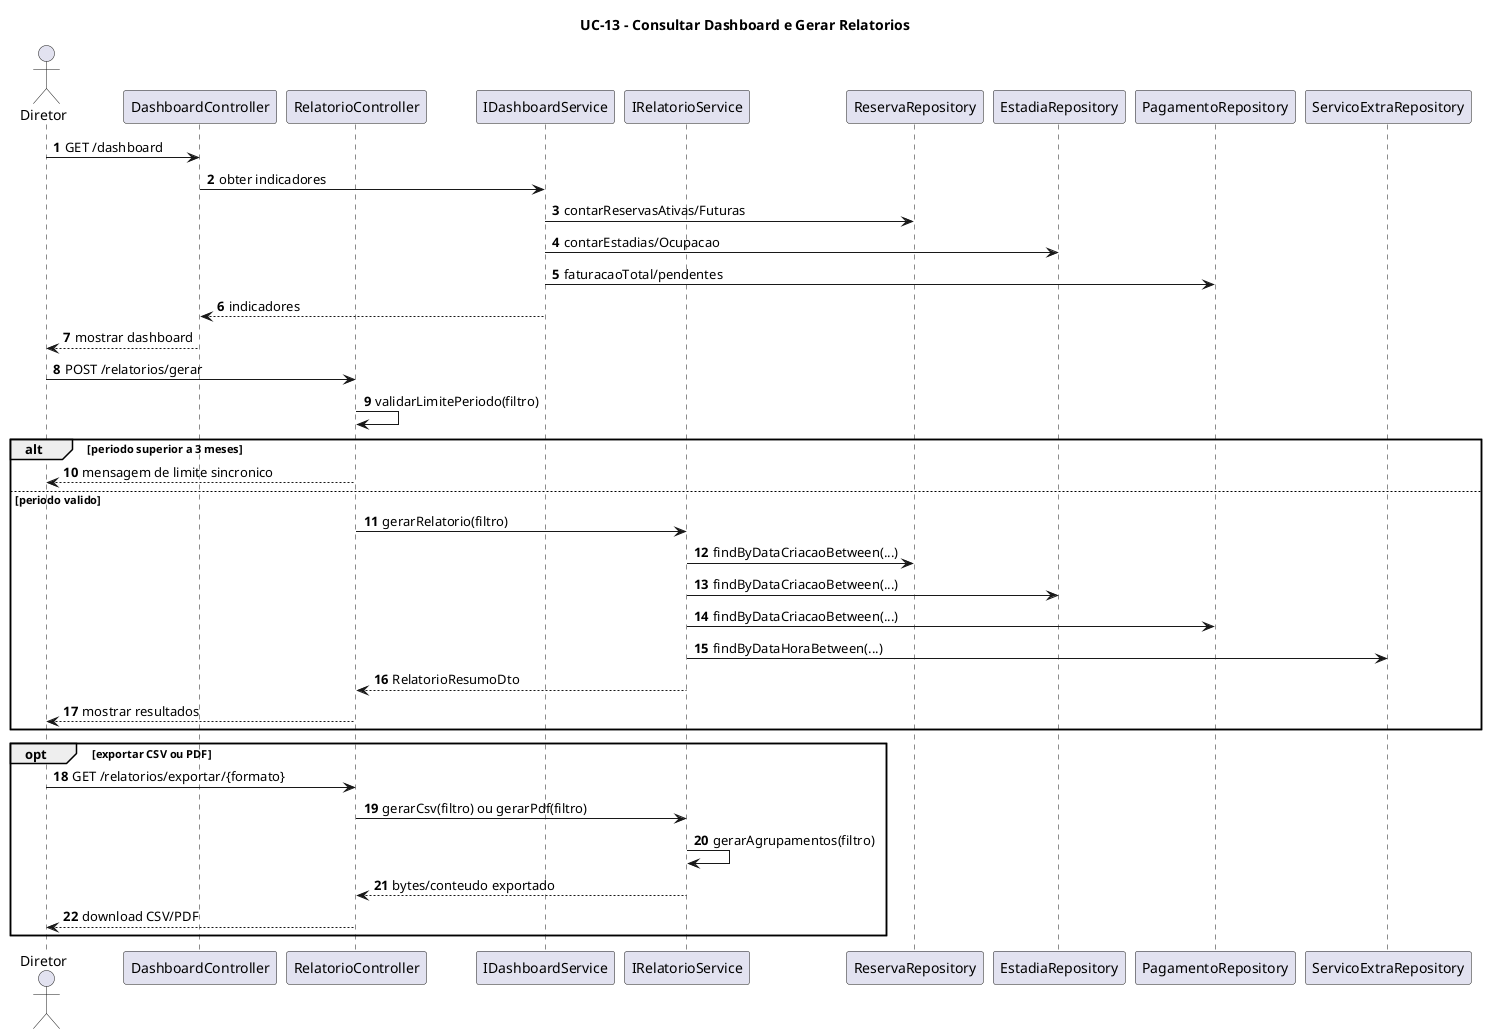
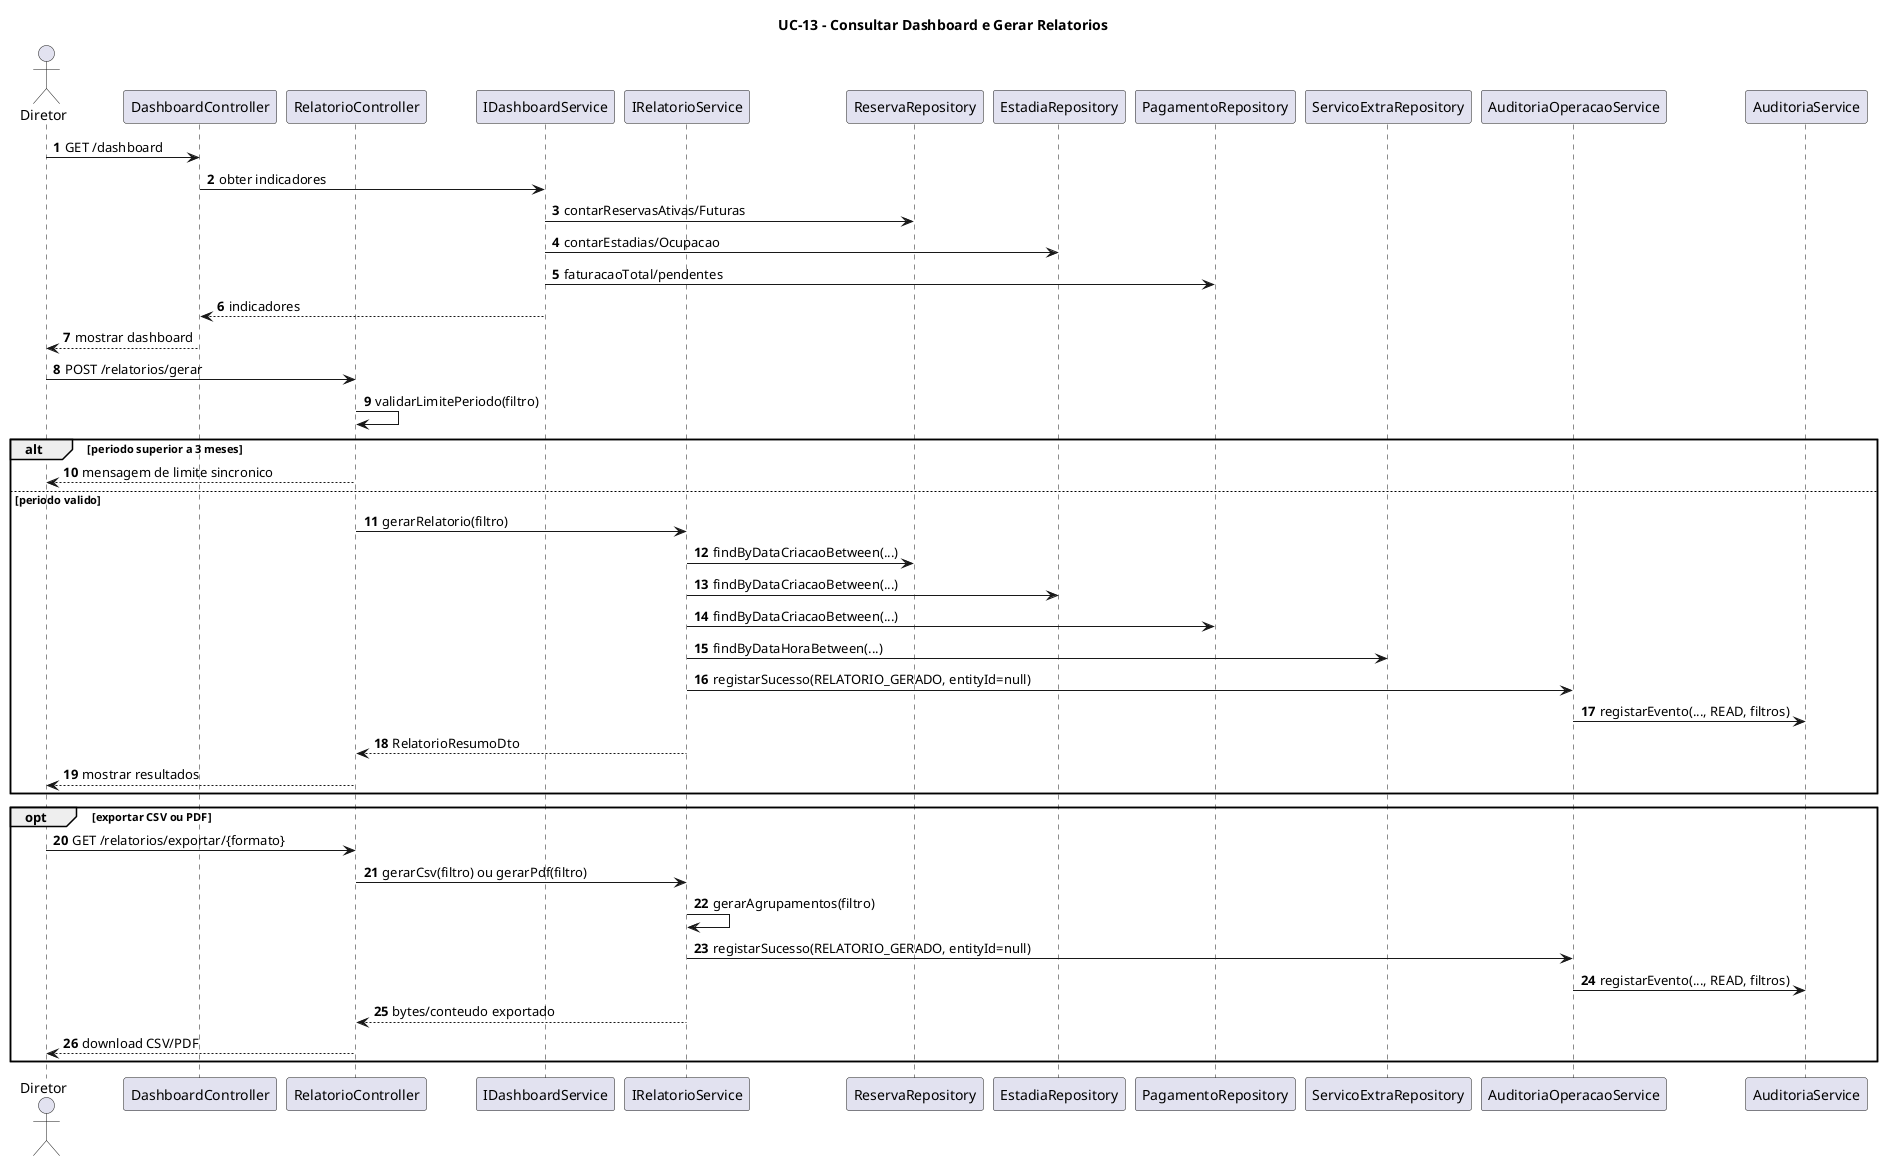
@startuml UC-13
title UC-13 - Consultar Dashboard e Gerar Relatorios

autonumber
actor Diretor
participant DashboardController
participant RelatorioController
participant IDashboardService
participant IRelatorioService
participant ReservaRepository
participant EstadiaRepository
participant PagamentoRepository
participant ServicoExtraRepository
+ participant AuditoriaOperacaoService
+ participant AuditoriaService

Diretor -> DashboardController : GET /dashboard
DashboardController -> IDashboardService : obter indicadores
IDashboardService -> ReservaRepository : contarReservasAtivas/Futuras
IDashboardService -> EstadiaRepository : contarEstadias/Ocupacao
IDashboardService -> PagamentoRepository : faturacaoTotal/pendentes
IDashboardService --> DashboardController : indicadores
DashboardController --> Diretor : mostrar dashboard

Diretor -> RelatorioController : POST /relatorios/gerar
RelatorioController -> RelatorioController : validarLimitePeriodo(filtro)

alt periodo superior a 3 meses
  RelatorioController --> Diretor : mensagem de limite sincronico
else periodo valido
  RelatorioController -> IRelatorioService : gerarRelatorio(filtro)
  IRelatorioService -> ReservaRepository : findByDataCriacaoBetween(...)
  IRelatorioService -> EstadiaRepository : findByDataCriacaoBetween(...)
  IRelatorioService -> PagamentoRepository : findByDataCriacaoBetween(...)
  IRelatorioService -> ServicoExtraRepository : findByDataHoraBetween(...)
+   IRelatorioService -> AuditoriaOperacaoService : registarSucesso(RELATORIO_GERADO, entityId=null)
+   AuditoriaOperacaoService -> AuditoriaService : registarEvento(..., READ, filtros)
  IRelatorioService --> RelatorioController : RelatorioResumoDto
  RelatorioController --> Diretor : mostrar resultados
end

opt exportar CSV ou PDF
  Diretor -> RelatorioController : GET /relatorios/exportar/{formato}
  RelatorioController -> IRelatorioService : gerarCsv(filtro) ou gerarPdf(filtro)
  IRelatorioService -> IRelatorioService : gerarAgrupamentos(filtro)
+   IRelatorioService -> AuditoriaOperacaoService : registarSucesso(RELATORIO_GERADO, entityId=null)
+   AuditoriaOperacaoService -> AuditoriaService : registarEvento(..., READ, filtros)
  IRelatorioService --> RelatorioController : bytes/conteudo exportado
  RelatorioController --> Diretor : download CSV/PDF
end

@enduml
